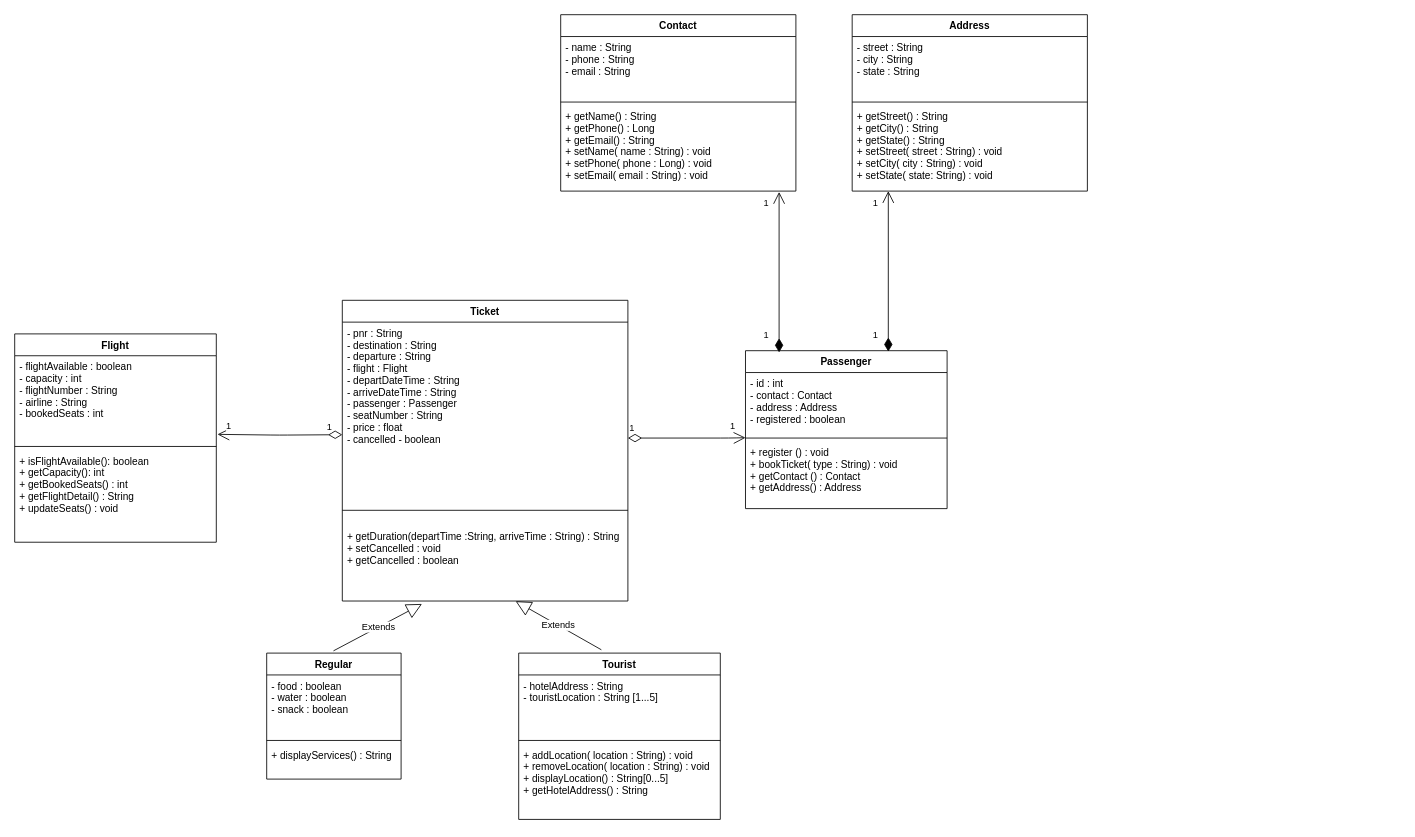
This is FRS_UML.drawio from GibzClt/FRS_Gibin, a draw.io file, before an edit. Source tidied: cells renumbered, new cells numbered last; positions are measured from the earlier drawing's top-left corner, leaving out a move shared by most shapes. Both pictures are drawn from the tidied source at 84%, with x=0, y=0 at pixel (14, 14).
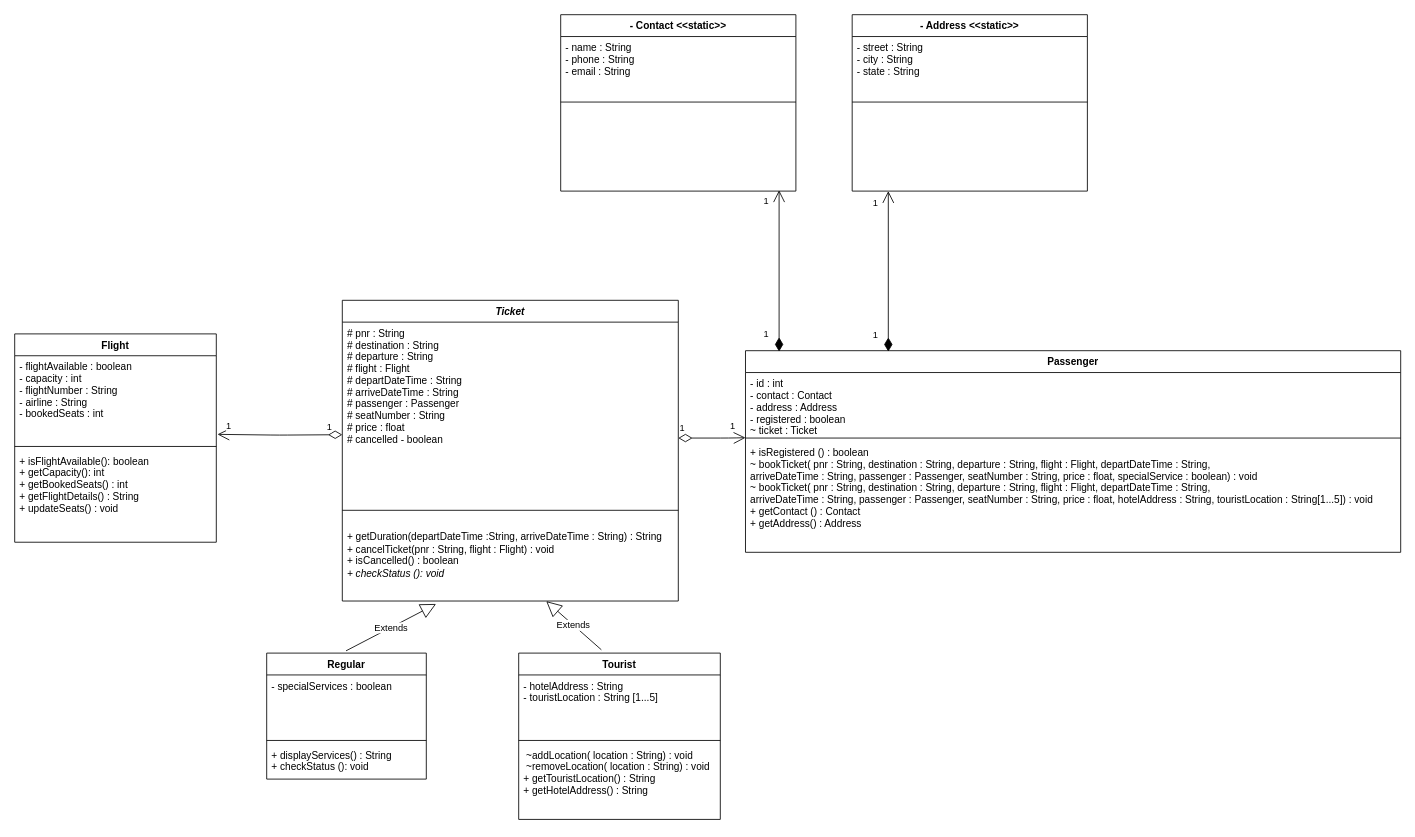
Above is the later version.

The change refers to these unchanged cells:
```xml
<mxCell id="6" value="Flight" style="swimlane;fontStyle=1;align=center;verticalAlign=top;horizontal=1;startSize=26;" parent="1" vertex="1">
  <mxGeometry y="380" width="240" height="248" as="geometry" />
</mxCell>
<mxCell id="18" value="Tourist" style="swimlane;fontStyle=1;align=center;verticalAlign=top;horizontal=1;startSize=26;" parent="1" vertex="1">
  <mxGeometry x="600" y="760" width="240" height="198" as="geometry" />
</mxCell>
```

Change to the diagram source:
```diff
@@
-    <mxCell id="2" value="Ticket" style="swimlane;fontStyle=1;align=center;verticalAlign=top;horizontal=1;startSize=26;" parent="1" vertex="1">
-      <mxGeometry x="390" y="340" width="340" height="358" as="geometry" />
+    <mxCell id="2" value="Ticket" style="swimlane;fontStyle=3;align=center;verticalAlign=top;horizontal=1;startSize=26;" parent="1" vertex="1">
+      <mxGeometry x="390" y="340" width="400" height="358" as="geometry" />
     </mxCell>
-    <mxCell id="3" value="- pnr : String&#10;- destination : String&#10;- departure : String&#10;- flight : Flight&#10;- departDateTime : String&#10;- arriveDateTime : String&#10;- passenger : Passenger&#10;- seatNumber : String&#10;- price : float&#10;- cancelled - boolean" style="text;strokeColor=none;fillColor=none;align=left;verticalAlign=top;spacingLeft=4;spacingRight=4;overflow=hidden;" parent="2" vertex="1">
-      <mxGeometry y="26" width="340" height="220" as="geometry" />
+    <mxCell id="3" value="# pnr : String&#10;# destination : String&#10;# departure : String&#10;# flight : Flight&#10;# departDateTime : String&#10;# arriveDateTime : String&#10;# passenger : Passenger&#10;# seatNumber : String&#10;# price : float&#10;# cancelled - boolean" style="text;strokeColor=none;fillColor=none;align=left;verticalAlign=top;spacingLeft=4;spacingRight=4;overflow=hidden;" parent="2" vertex="1">
+      <mxGeometry y="26" width="400" height="220" as="geometry" />
     </mxCell>
     <mxCell id="4" style="line;strokeWidth=1;fillColor=none;align=left;verticalAlign=middle;spacingTop=-1;spacingLeft=3;spacingRight=3;labelPosition=right;" parent="2" vertex="1">
-      <mxGeometry y="246" width="340" height="8" as="geometry" />
+      <mxGeometry y="246" width="400" height="8" as="geometry" />
     </mxCell>
-    <mxCell id="5" value="&#10;+ getDuration(departTime :String, arriveTime : String) : String&#10;+ setCancelled : void &#10;+ getCancelled : boolean" style="text;strokeColor=none;fillColor=none;align=left;verticalAlign=top;spacingLeft=4;spacingRight=4;overflow=hidden;points=[[0,0.5],[1,0.5]];portConstraint=eastwest;" parent="2" vertex="1">
-      <mxGeometry y="254" width="340" height="104" as="geometry" />
+    <mxCell id="5" value="&lt;br&gt;+ getDuration(departDateTime :String, arriveDateTime : String) : String&lt;br&gt;+ cancelTicket(pnr : String, flight : Flight) : void&amp;nbsp;&lt;br&gt;+ isCancelled() : boolean&lt;br&gt;&lt;i&gt;+ checkStatus (): void&lt;br&gt;&lt;/i&gt;" style="text;strokeColor=none;fillColor=none;align=left;verticalAlign=top;spacingLeft=4;spacingRight=4;overflow=hidden;points=[[0,0.5],[1,0.5]];portConstraint=eastwest;fontStyle=0;html=1;" parent="2" vertex="1">
+      <mxGeometry y="254" width="400" height="104" as="geometry" />
     </mxCell>
@@
-    <mxCell id="9" value="+ isFlightAvailable(): boolean&#10;+ getCapacity(): int&#10;+ getBookedSeats() : int&#10;+ getFlightDetail() : String&#10;+ updateSeats() : void" style="text;strokeColor=none;fillColor=none;align=left;verticalAlign=top;spacingLeft=4;spacingRight=4;overflow=hidden;" parent="6" vertex="1">
+    <mxCell id="9" value="+ isFlightAvailable(): boolean&#10;+ getCapacity(): int&#10;+ getBookedSeats() : int&#10;+ getFlightDetails() : String&#10;+ updateSeats() : void" style="text;strokeColor=none;fillColor=none;align=left;verticalAlign=top;spacingLeft=4;spacingRight=4;overflow=hidden;" parent="6" vertex="1">
       <mxGeometry y="138" width="240" height="110" as="geometry" />
     </mxCell>
     <mxCell id="10" value="Passenger" style="swimlane;fontStyle=1;align=center;verticalAlign=top;horizontal=1;startSize=26;" parent="1" vertex="1">
-      <mxGeometry x="870" y="400" width="240" height="188" as="geometry" />
+      <mxGeometry x="870" y="400" width="780" height="240" as="geometry" />
     </mxCell>
-    <mxCell id="11" value="- id : int&#10;- contact : Contact&#10;- address : Address   &#10;- registered : boolean" style="text;strokeColor=none;fillColor=none;align=left;verticalAlign=top;spacingLeft=4;spacingRight=4;overflow=hidden;" parent="10" vertex="1">
-      <mxGeometry y="26" width="240" height="74" as="geometry" />
+    <mxCell id="11" value="- id : int&#10;- contact : Contact&#10;- address : Address   &#10;- registered : boolean&#10;~ ticket : Ticket" style="text;strokeColor=none;fillColor=none;align=left;verticalAlign=top;spacingLeft=4;spacingRight=4;overflow=hidden;" parent="10" vertex="1">
+      <mxGeometry y="26" width="780" height="74" as="geometry" />
     </mxCell>
     <mxCell id="12" style="line;strokeWidth=1;fillColor=none;align=left;verticalAlign=middle;spacingTop=-1;spacingLeft=3;spacingRight=3;labelPosition=right;" parent="10" vertex="1">
-      <mxGeometry y="100" width="240" height="8" as="geometry" />
+      <mxGeometry y="100" width="780" height="8" as="geometry" />
     </mxCell>
-    <mxCell id="13" value="+ register () : void&#10;+ bookTicket( type : String) : void&#10;+ getContact () : Contact&#10;+ getAddress() : Address&#10;" style="text;strokeColor=none;fillColor=none;align=left;verticalAlign=top;spacingLeft=4;spacingRight=4;overflow=hidden;" parent="10" vertex="1">
-      <mxGeometry y="108" width="240" height="80" as="geometry" />
+    <mxCell id="13" value="+ isRegistered () : boolean&#10;~ bookTicket( pnr : String, destination : String, departure : String, flight : Flight, departDateTime : String, &#10;arriveDateTime : String, passenger : Passenger, seatNumber : String, price : float, specialService : boolean) : void&#10;~ bookTicket( pnr : String, destination : String, departure : String, flight : Flight, departDateTime : String,&#10;arriveDateTime : String, passenger : Passenger, seatNumber : String, price : float, hotelAddress : String, touristLocation : String[1...5]) : void&#10;+ getContact () : Contact&#10;+ getAddress() : Address&#10;" style="text;strokeColor=none;fillColor=none;align=left;verticalAlign=top;spacingLeft=4;spacingRight=4;overflow=hidden;" parent="10" vertex="1">
+      <mxGeometry y="108" width="780" height="132" as="geometry" />
     </mxCell>
     <mxCell id="14" value="Regular" style="swimlane;fontStyle=1;align=center;verticalAlign=top;horizontal=1;startSize=26;" parent="1" vertex="1">
-      <mxGeometry x="300" y="760" width="160" height="150" as="geometry" />
+      <mxGeometry x="300" y="760" width="190" height="150" as="geometry" />
     </mxCell>
-    <mxCell id="15" value="- food : boolean&#10;- water : boolean&#10;- snack : boolean" style="text;strokeColor=none;fillColor=none;align=left;verticalAlign=top;spacingLeft=4;spacingRight=4;overflow=hidden;" parent="14" vertex="1">
-      <mxGeometry y="26" width="160" height="74" as="geometry" />
+    <mxCell id="15" value="- specialServices : boolean" style="text;strokeColor=none;fillColor=none;align=left;verticalAlign=top;spacingLeft=4;spacingRight=4;overflow=hidden;" parent="14" vertex="1">
+      <mxGeometry y="26" width="190" height="74" as="geometry" />
     </mxCell>
     <mxCell id="16" style="line;strokeWidth=1;fillColor=none;align=left;verticalAlign=middle;spacingTop=-1;spacingLeft=3;spacingRight=3;labelPosition=right;" parent="14" vertex="1">
-      <mxGeometry y="100" width="160" height="8" as="geometry" />
+      <mxGeometry y="100" width="190" height="8" as="geometry" />
     </mxCell>
-    <mxCell id="17" value="+ displayServices() : String" style="text;strokeColor=none;fillColor=none;align=left;verticalAlign=top;spacingLeft=4;spacingRight=4;overflow=hidden;" parent="14" vertex="1">
-      <mxGeometry y="108" width="160" height="42" as="geometry" />
+    <mxCell id="17" value="+ displayServices() : String&#10;+ checkStatus (): void " style="text;strokeColor=none;fillColor=none;align=left;verticalAlign=top;spacingLeft=4;spacingRight=4;overflow=hidden;" parent="14" vertex="1">
+      <mxGeometry y="108" width="190" height="42" as="geometry" />
     </mxCell>
@@
-    <mxCell id="21" value="+ addLocation( location : String) : void &#10;+ removeLocation( location : String) : void&#10;+ displayLocation() : String[0...5]&#10;+ getHotelAddress() : String" style="text;strokeColor=none;fillColor=none;align=left;verticalAlign=top;spacingLeft=4;spacingRight=4;overflow=hidden;" parent="18" vertex="1">
+    <mxCell id="21" value=" ~addLocation( location : String) : void &#10; ~removeLocation( location : String) : void&#10;+ getTouristLocation() : String&#10;+ getHotelAddress() : String" style="text;strokeColor=none;fillColor=none;align=left;verticalAlign=top;spacingLeft=4;spacingRight=4;overflow=hidden;" parent="18" vertex="1">
       <mxGeometry y="108" width="240" height="90" as="geometry" />
     </mxCell>
-    <mxCell id="22" value="Contact" style="swimlane;fontStyle=1;align=center;verticalAlign=top;horizontal=1;startSize=26;" parent="1" vertex="1">
+    <mxCell id="22" value="- Contact &lt;&lt;static&gt;&gt;" style="swimlane;fontStyle=1;align=center;verticalAlign=top;horizontal=1;startSize=26;" parent="1" vertex="1">
       <mxGeometry x="650" width="280" height="210" as="geometry" />
     </mxCell>
@@
-    <mxCell id="25" value="+ getName() : String&#10;+ getPhone() : Long&#10;+ getEmail() : String&#10;+ setName( name : String) : void&#10;+ setPhone( phone : Long) : void&#10;+ setEmail( email : String) : void" style="text;strokeColor=none;fillColor=none;align=left;verticalAlign=top;spacingLeft=4;spacingRight=4;overflow=hidden;" parent="22" vertex="1">
+    <mxCell id="25" value="&#10;&#10;" style="text;strokeColor=none;fillColor=none;align=left;verticalAlign=top;spacingLeft=4;spacingRight=4;overflow=hidden;" parent="22" vertex="1">
       <mxGeometry y="108" width="280" height="102" as="geometry" />
     </mxCell>
-    <mxCell id="26" value="Address" style="swimlane;fontStyle=1;align=center;verticalAlign=top;horizontal=1;startSize=26;" parent="1" vertex="1">
+    <mxCell id="26" value="- Address &lt;&lt;static&gt;&gt;" style="swimlane;fontStyle=1;align=center;verticalAlign=top;horizontal=1;startSize=26;" parent="1" vertex="1">
       <mxGeometry x="997" width="280" height="210" as="geometry" />
     </mxCell>
@@
-    <mxCell id="29" value="+ getStreet() : String&#10;+ getCity() : String&#10;+ getState() : String&#10;+ setStreet( street : String) : void&#10;+ setCity( city : String) : void&#10;+ setState( state: String) : void" style="text;strokeColor=none;fillColor=none;align=left;verticalAlign=top;spacingLeft=4;spacingRight=4;overflow=hidden;" parent="26" vertex="1">
+    <mxCell id="29" value="&#10;&#10;" style="text;strokeColor=none;fillColor=none;align=left;verticalAlign=top;spacingLeft=4;spacingRight=4;overflow=hidden;" parent="26" vertex="1">
       <mxGeometry y="108" width="280" height="102" as="geometry" />
     </mxCell>
@@
     <mxCell id="35" style="group;" parent="1" vertex="1">
-      <mxGeometry x="890" y="210" width="30" height="30" as="geometry" />
+      <mxGeometry x="890" y="208" width="30" height="30" as="geometry" />
     </mxCell>
-    <mxCell id="36" value="1" style="endArrow=open;html=1;endSize=12;startArrow=diamondThin;startSize=14;startFill=1;edgeStyle=orthogonalEdgeStyle;align=left;verticalAlign=bottom;jumpStyle=none;exitX=0.167;exitY=0.011;exitDx=0;exitDy=0;exitPerimeter=0;" parent="35" edge="1" source="10">
+    <mxCell id="36" value="1" style="endArrow=open;html=1;endSize=12;startArrow=diamondThin;startSize=14;startFill=1;edgeStyle=orthogonalEdgeStyle;align=left;verticalAlign=bottom;jumpStyle=none;" parent="35" edge="1">
       <mxGeometry x="-0.87" y="20" relative="1" as="geometry">
+        <mxPoint x="20" y="193" as="sourcePoint" />
         <mxPoint x="20" y="1" as="targetPoint" />
         <Array as="points">
-          <mxPoint x="20" y="1" />
+          <mxPoint x="20" y="193" />
         </Array>
       </mxGeometry>
     </mxCell>
@@
     <mxCell id="42" value="1" style="endArrow=open;html=1;endSize=12;startArrow=diamondThin;startSize=14;startFill=0;edgeStyle=orthogonalEdgeStyle;align=left;verticalAlign=bottom;" parent="1" edge="1">
       <mxGeometry x="-1" y="3" relative="1" as="geometry">
-        <mxPoint x="730" y="504" as="sourcePoint" />
+        <mxPoint x="790" y="504" as="sourcePoint" />
         <mxPoint x="870" y="503.6" as="targetPoint" />
         <Array as="points">
           <mxPoint x="850" y="503.6" />
           <mxPoint x="850" y="503.6" />
         </Array>
       </mxGeometry>
     </mxCell>
```
